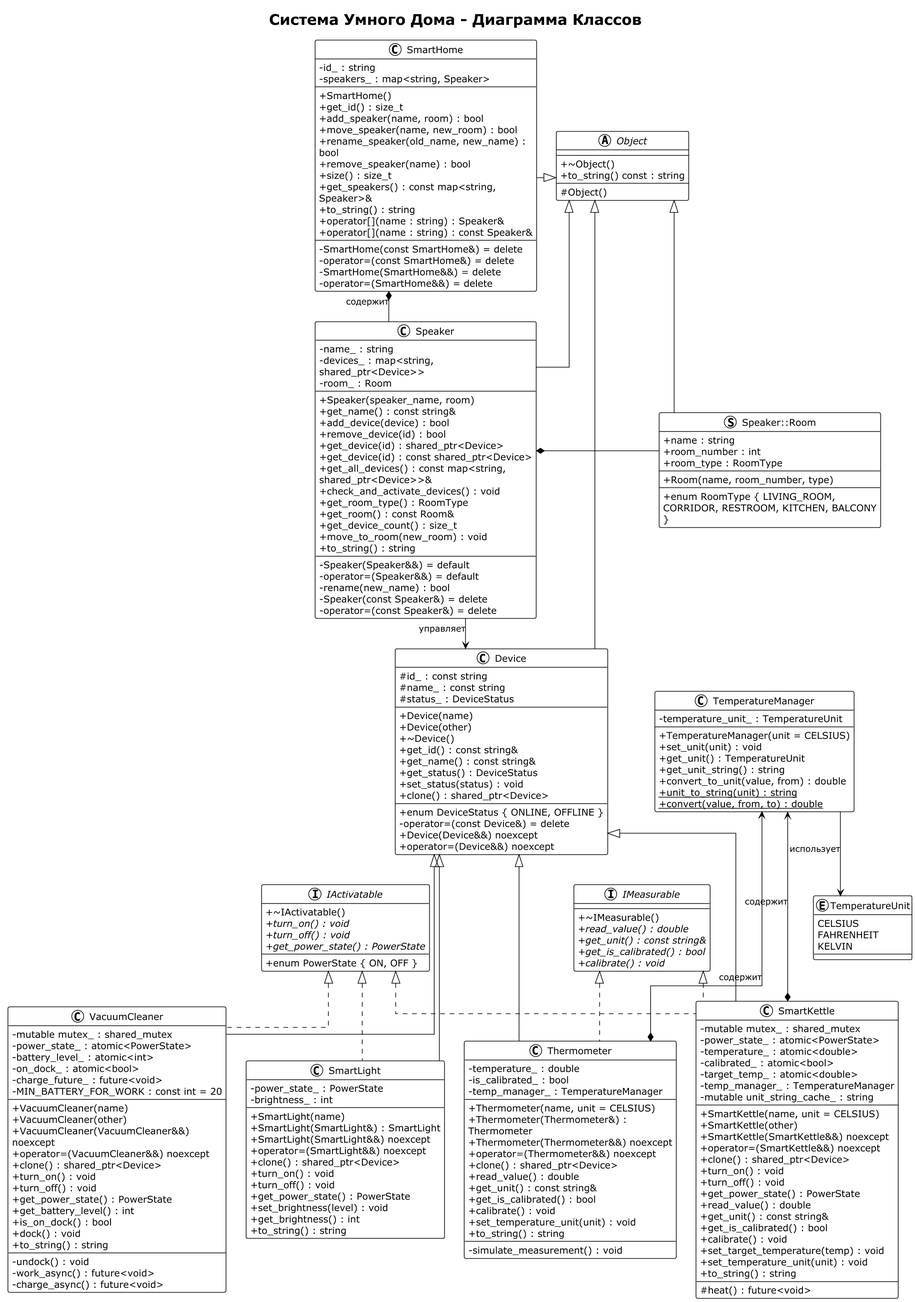
This is docs/SmartHouse_ClassDiagram.png from abigotado/smart-house, a PlantUML export, as it was before one commit.
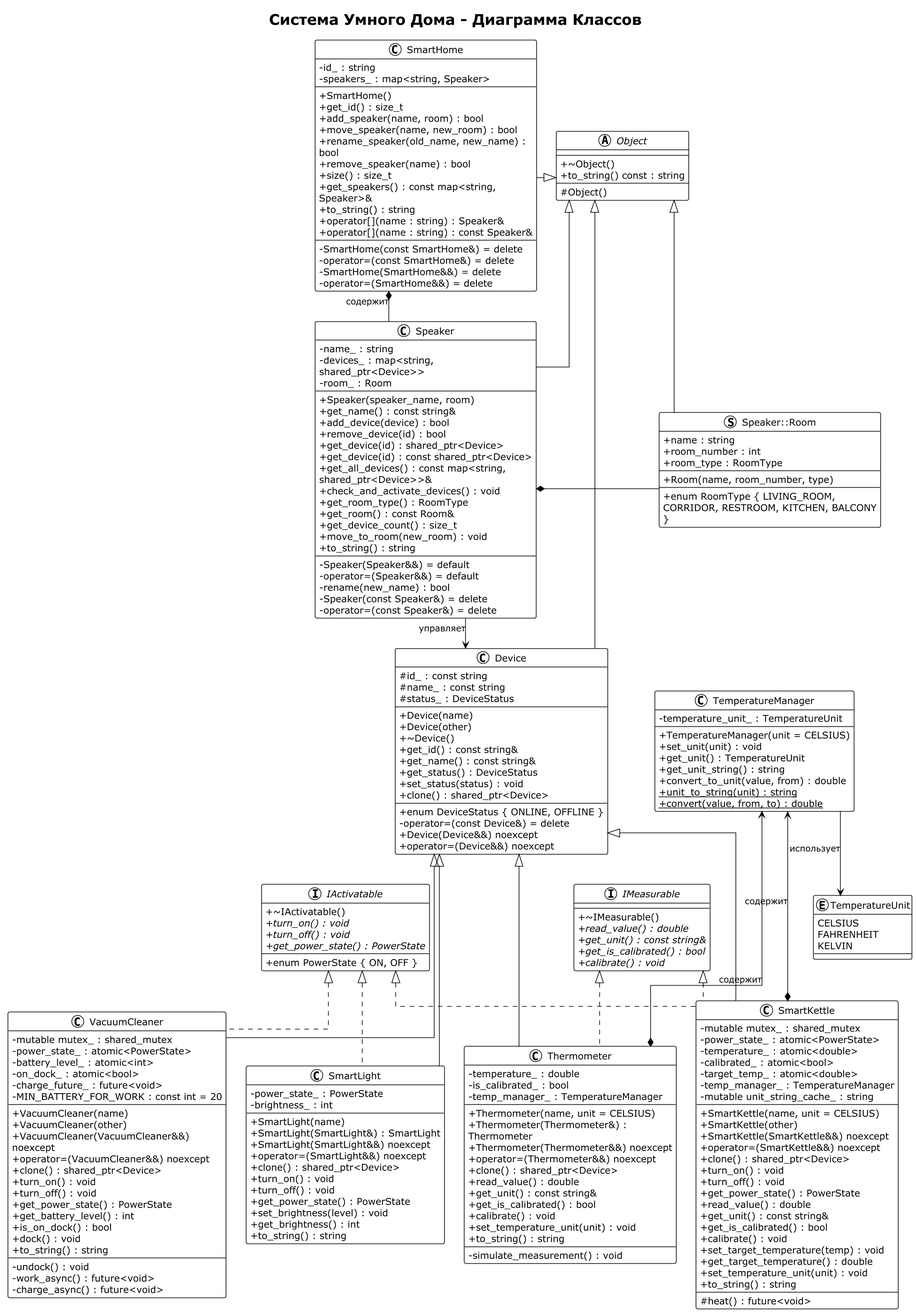
Above is the later version.

Diff of the diagram source:
```diff
@@ -220,6 +220,7 @@
     + get_is_calibrated() : bool
     + calibrate() : void
     + set_target_temperature(temp) : void
+    + get_target_temperature() : double
     + set_temperature_unit(unit) : void
     + to_string() : string
     --
```
